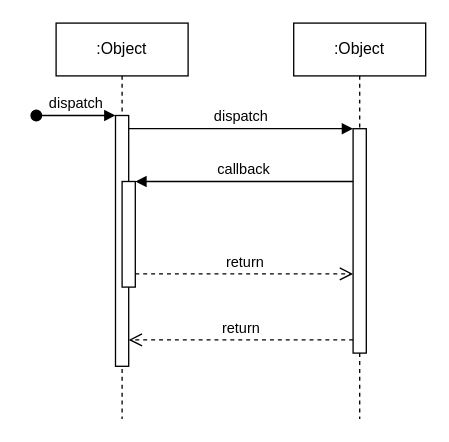
Above: Behavioral_Modeling.drawio in ChanY00/- (draw.io), before the change. Source tidied: cells renumbered, new cells numbered last; positions are measured from the earlier drawing's top-left corner, leaving out a move shared by most shapes. Both pictures are drawn from the tidied source at 132%, with x=0, y=0 at pixel (36, 22).
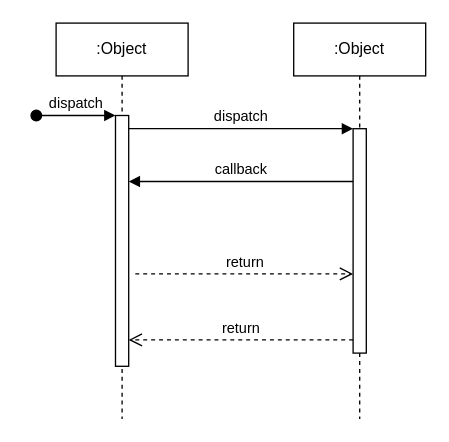
The same diagram, later.

The edit, as a diff of the source:
```diff
@@
 <mxGraphModel>
   <root>
     <mxCell id="0" />
     <mxCell id="1" parent="0" />
     <mxCell id="2" value=":Object" style="shape=umlLifeline;perimeter=lifelinePerimeter;whiteSpace=wrap;html=1;newEdgeStyle={&quot;edgeStyle&quot;:&quot;elbowEdgeStyle&quot;,&quot;elbow&quot;:&quot;vertical&quot;,&quot;curved&quot;:0,&quot;rounded&quot;:0};" parent="1" vertex="1">
       <mxGeometry x="15" width="100" height="300" as="geometry" />
     </mxCell>
     <mxCell id="3" style="html=1;points=[];perimeter=orthogonalPerimeter;outlineConnect=0;targetShapes=umlLifeline;portConstraint=eastwest;newEdgeStyle={&quot;edgeStyle&quot;:&quot;elbowEdgeStyle&quot;,&quot;elbow&quot;:&quot;vertical&quot;,&quot;curved&quot;:0,&quot;rounded&quot;:0};" parent="2" vertex="1">
       <mxGeometry x="45" y="70" width="10" height="190" as="geometry" />
     </mxCell>
     <mxCell id="4" value="dispatch" style="html=1;verticalAlign=bottom;startArrow=oval;endArrow=block;startSize=8;edgeStyle=elbowEdgeStyle;elbow=vertical;curved=0;rounded=0;" parent="2" edge="1" target="3">
       <mxGeometry relative="1" as="geometry">
         <mxPoint x="-15" y="70" as="sourcePoint" />
       </mxGeometry>
     </mxCell>
-    <mxCell id="5" style="html=1;points=[];perimeter=orthogonalPerimeter;outlineConnect=0;targetShapes=umlLifeline;portConstraint=eastwest;newEdgeStyle={&quot;edgeStyle&quot;:&quot;elbowEdgeStyle&quot;,&quot;elbow&quot;:&quot;vertical&quot;,&quot;curved&quot;:0,&quot;rounded&quot;:0};" parent="2" vertex="1">
-      <mxGeometry x="50" y="120" width="10" height="80" as="geometry" />
-    </mxCell>
     <mxCell id="6" value=":Object" style="shape=umlLifeline;perimeter=lifelinePerimeter;whiteSpace=wrap;html=1;newEdgeStyle={&quot;edgeStyle&quot;:&quot;elbowEdgeStyle&quot;,&quot;elbow&quot;:&quot;vertical&quot;,&quot;curved&quot;:0,&quot;rounded&quot;:0};" parent="1" vertex="1">
       <mxGeometry x="195" width="100" height="300" as="geometry" />
     </mxCell>
     <mxCell id="7" style="html=1;points=[];perimeter=orthogonalPerimeter;outlineConnect=0;targetShapes=umlLifeline;portConstraint=eastwest;newEdgeStyle={&quot;edgeStyle&quot;:&quot;elbowEdgeStyle&quot;,&quot;elbow&quot;:&quot;vertical&quot;,&quot;curved&quot;:0,&quot;rounded&quot;:0};" parent="6" vertex="1">
       <mxGeometry x="45" y="80" width="10" height="170" as="geometry" />
     </mxCell>
     <mxCell id="8" value="dispatch" style="html=1;verticalAlign=bottom;endArrow=block;edgeStyle=elbowEdgeStyle;elbow=vertical;curved=0;rounded=0;" parent="1" edge="1" source="3" target="7">
       <mxGeometry relative="1" as="geometry">
         <Array as="points">
           <mxPoint x="155" y="80" />
         </Array>
       </mxGeometry>
     </mxCell>
     <mxCell id="9" value="return" style="html=1;verticalAlign=bottom;endArrow=open;dashed=1;endSize=8;edgeStyle=elbowEdgeStyle;elbow=vertical;curved=0;rounded=0;" parent="1" edge="1" source="7" target="3">
       <mxGeometry relative="1" as="geometry">
         <Array as="points">
           <mxPoint x="165" y="240" />
         </Array>
       </mxGeometry>
     </mxCell>
-    <mxCell id="10" value="callback" style="html=1;verticalAlign=bottom;endArrow=block;edgeStyle=elbowEdgeStyle;elbow=vertical;curved=0;rounded=0;" parent="1" edge="1" source="7" target="5">
+    <mxCell id="10" value="callback" style="html=1;verticalAlign=bottom;endArrow=block;edgeStyle=elbowEdgeStyle;elbow=vertical;curved=0;rounded=0;" parent="1" edge="1" source="7" target="3">
       <mxGeometry relative="1" as="geometry">
         <Array as="points">
           <mxPoint x="165" y="120" />
         </Array>
       </mxGeometry>
     </mxCell>
-    <mxCell id="11" value="return" style="html=1;verticalAlign=bottom;endArrow=open;dashed=1;endSize=8;edgeStyle=elbowEdgeStyle;elbow=vertical;curved=0;rounded=0;" parent="1" edge="1" source="5" target="7">
+    <mxCell id="11" value="return" style="html=1;verticalAlign=bottom;endArrow=open;dashed=1;endSize=8;edgeStyle=elbowEdgeStyle;elbow=vertical;curved=0;rounded=0;" parent="1" edge="1" target="7">
       <mxGeometry relative="1" as="geometry">
+        <mxPoint x="75" y="190" as="sourcePoint" />
         <Array as="points">
           <mxPoint x="155" y="190" />
         </Array>
       </mxGeometry>
     </mxCell>
   </root>
 </mxGraphModel>
```
